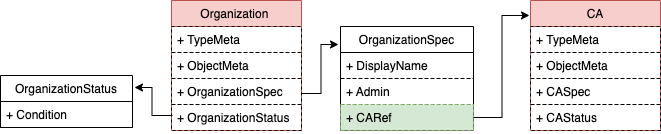
Above: dev_design/images/organization-crd.png in bestchains/product-design (draw.io), before the change. Source tidied: cells renumbered, new cells last; positions are measured from the earlier drawing's top-left corner, leaving out a move shared by most shapes. The source it was exported from:
```xml
<mxGraphModel>
  <root>
    <mxCell id="0" />
    <mxCell id="1" parent="0" />
    <mxCell id="2" value="OrganizationSpec" style="swimlane;fontStyle=0;horizontal=1;startSize=26;fillColor=none;rounded=0;shadow=0;comic=0;" parent="1" vertex="1">
      <mxGeometry x="340" y="26" width="133" height="104" as="geometry" />
    </mxCell>
    <mxCell id="3" value="+ DisplayName" style="text;strokeColor=#000000;fillColor=none;align=left;verticalAlign=top;spacingLeft=4;spacingRight=4;overflow=hidden;dashed=1;rounded=0;gradientColor=none;" parent="2" vertex="1">
      <mxGeometry y="26" width="133" height="26" as="geometry" />
    </mxCell>
    <mxCell id="4" value="+ Admin" style="text;strokeColor=#000000;fillColor=none;align=left;verticalAlign=top;spacingLeft=4;spacingRight=4;overflow=hidden;dashed=1;rounded=0;gradientColor=none;" parent="2" vertex="1">
      <mxGeometry y="52" width="133" height="26" as="geometry" />
    </mxCell>
    <mxCell id="5" value="+ CARef" style="text;strokeColor=#82b366;fillColor=#d5e8d4;align=left;verticalAlign=top;spacingLeft=4;spacingRight=4;overflow=hidden;dashed=1;rounded=0;" parent="2" vertex="1">
      <mxGeometry y="78" width="133" height="26" as="geometry" />
    </mxCell>
    <mxCell id="6" value="Organization " style="swimlane;fontStyle=0;horizontal=1;startSize=26;fillColor=#f8cecc;rounded=0;shadow=0;comic=0;swimlaneLine=1;glass=0;swimlaneFillColor=none;strokeColor=#b85450;" parent="1" vertex="1">
      <mxGeometry x="171" width="130" height="130" as="geometry" />
    </mxCell>
    <mxCell id="7" value="+ TypeMeta" style="text;strokeColor=#000000;fillColor=none;align=left;verticalAlign=top;spacingLeft=4;spacingRight=4;overflow=hidden;dashed=1;rounded=0;glass=0;" parent="6" vertex="1">
      <mxGeometry y="26" width="130" height="26" as="geometry" />
    </mxCell>
    <mxCell id="8" value="+ ObjectMeta" style="text;strokeColor=#000000;fillColor=none;align=left;verticalAlign=top;spacingLeft=4;spacingRight=4;overflow=hidden;dashed=1;rounded=0;glass=0;" parent="6" vertex="1">
      <mxGeometry y="52" width="130" height="26" as="geometry" />
    </mxCell>
    <mxCell id="9" value="+ OrganizationSpec" style="text;strokeColor=#000000;fillColor=none;align=left;verticalAlign=top;spacingLeft=4;spacingRight=4;overflow=hidden;points=[[0,0.5],[1,0.5]];portConstraint=eastwest;rounded=0;dashed=1;glass=0;" parent="6" vertex="1">
      <mxGeometry y="78" width="130" height="26" as="geometry" />
    </mxCell>
    <mxCell id="10" value="+ OrganizationStatus" style="text;strokeColor=#000000;fillColor=none;align=left;verticalAlign=top;spacingLeft=4;spacingRight=4;overflow=hidden;points=[[0,0.5],[1,0.5]];portConstraint=eastwest;rounded=0;dashed=1;glass=0;" parent="6" vertex="1">
      <mxGeometry y="104" width="130" height="26" as="geometry" />
    </mxCell>
    <mxCell id="11" value="OrganizationStatus" style="swimlane;fontStyle=0;horizontal=1;startSize=26;fillColor=none;rounded=0;shadow=0;comic=0;swimlaneLine=1;glass=0;swimlaneFillColor=none;" parent="1" vertex="1">
      <mxGeometry y="75" width="132" height="52" as="geometry" />
    </mxCell>
    <mxCell id="12" value="+ Condition" style="text;strokeColor=#000000;fillColor=none;align=left;verticalAlign=top;spacingLeft=4;spacingRight=4;overflow=hidden;dashed=1;rounded=0;glass=0;" parent="11" vertex="1">
      <mxGeometry y="26" width="132" height="26" as="geometry" />
    </mxCell>
    <mxCell id="13" value="CA" style="swimlane;fontStyle=0;horizontal=1;startSize=26;fillColor=#f8cecc;rounded=0;shadow=0;comic=0;swimlaneLine=1;glass=0;swimlaneFillColor=none;strokeColor=#b85450;" parent="1" vertex="1">
      <mxGeometry x="530" width="130" height="130" as="geometry" />
    </mxCell>
    <mxCell id="14" value="+ TypeMeta" style="text;strokeColor=#000000;fillColor=none;align=left;verticalAlign=top;spacingLeft=4;spacingRight=4;overflow=hidden;dashed=1;rounded=0;glass=0;" parent="13" vertex="1">
      <mxGeometry y="26" width="130" height="26" as="geometry" />
    </mxCell>
    <mxCell id="15" value="+ ObjectMeta" style="text;strokeColor=#000000;fillColor=none;align=left;verticalAlign=top;spacingLeft=4;spacingRight=4;overflow=hidden;dashed=1;rounded=0;glass=0;" parent="13" vertex="1">
      <mxGeometry y="52" width="130" height="26" as="geometry" />
    </mxCell>
    <mxCell id="16" value="+ CASpec" style="text;strokeColor=#000000;fillColor=none;align=left;verticalAlign=top;spacingLeft=4;spacingRight=4;overflow=hidden;rounded=0;dashed=1;glass=0;" parent="13" vertex="1">
      <mxGeometry y="78" width="130" height="26" as="geometry" />
    </mxCell>
    <mxCell id="17" value="+ CAStatus" style="text;strokeColor=#000000;fillColor=none;align=left;verticalAlign=top;spacingLeft=4;spacingRight=4;overflow=hidden;rounded=0;dashed=1;glass=0;" parent="13" vertex="1">
      <mxGeometry y="104" width="130" height="26" as="geometry" />
    </mxCell>
    <mxCell id="18" style="endArrow=classic;html=1;rounded=0;exitX=0.008;exitY=0.423;exitDx=0;exitDy=0;exitPerimeter=0;entryX=1.015;entryY=0.231;entryDx=0;entryDy=0;entryPerimeter=0;edgeStyle=orthogonalEdgeStyle;" parent="1" edge="1" source="10" target="11">
      <mxGeometry relative="1" as="geometry" />
    </mxCell>
    <mxCell id="19" style="endArrow=classic;html=1;rounded=0;entryX=-0.015;entryY=0.173;entryDx=0;entryDy=0;entryPerimeter=0;edgeStyle=orthogonalEdgeStyle;exitX=1;exitY=0.577;exitDx=0;exitDy=0;exitPerimeter=0;" parent="1" edge="1" source="9" target="2">
      <mxGeometry relative="1" as="geometry" />
    </mxCell>
    <mxCell id="20" style="endArrow=classic;html=1;rounded=0;entryX=-0.008;entryY=0.115;entryDx=0;entryDy=0;entryPerimeter=0;edgeStyle=orthogonalEdgeStyle;exitX=1;exitY=0.577;exitDx=0;exitDy=0;exitPerimeter=0;" parent="1" edge="1" target="13">
      <mxGeometry relative="1" as="geometry">
        <mxPoint x="473" y="117" as="sourcePoint" />
      </mxGeometry>
    </mxCell>
  </root>
</mxGraphModel>
```
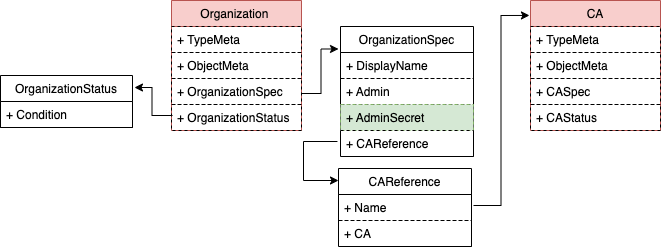
The same diagram one commit later.

Commit message:
fix: add CAReference and AdminSecret to crd Organization

Change to the diagram source:
```diff
@@ -3,7 +3,7 @@
     <mxCell id="0" />
     <mxCell id="1" parent="0" />
     <mxCell id="2" value="OrganizationSpec" style="swimlane;fontStyle=0;horizontal=1;startSize=26;fillColor=none;rounded=0;shadow=0;comic=0;" parent="1" vertex="1">
-      <mxGeometry x="340" y="26" width="133" height="104" as="geometry" />
+      <mxGeometry x="340" y="26" width="133" height="130" as="geometry" />
     </mxCell>
     <mxCell id="3" value="+ DisplayName" style="text;strokeColor=#000000;fillColor=none;align=left;verticalAlign=top;spacingLeft=4;spacingRight=4;overflow=hidden;dashed=1;rounded=0;gradientColor=none;" parent="2" vertex="1">
       <mxGeometry y="26" width="133" height="26" as="geometry" />
@@ -11,9 +11,12 @@
     <mxCell id="4" value="+ Admin" style="text;strokeColor=#000000;fillColor=none;align=left;verticalAlign=top;spacingLeft=4;spacingRight=4;overflow=hidden;dashed=1;rounded=0;gradientColor=none;" parent="2" vertex="1">
       <mxGeometry y="52" width="133" height="26" as="geometry" />
     </mxCell>
-    <mxCell id="5" value="+ CARef" style="text;strokeColor=#82b366;fillColor=#d5e8d4;align=left;verticalAlign=top;spacingLeft=4;spacingRight=4;overflow=hidden;dashed=1;rounded=0;" parent="2" vertex="1">
+    <mxCell id="5" value="+ AdminSecret" style="text;strokeColor=#82b366;fillColor=#d5e8d4;align=left;verticalAlign=top;spacingLeft=4;spacingRight=4;overflow=hidden;dashed=1;rounded=0;" parent="2" vertex="1">
       <mxGeometry y="78" width="133" height="26" as="geometry" />
     </mxCell>
+    <mxCell id="21" value="+ CAReference&#10;  " style="text;strokeColor=#000000;fillColor=none;align=left;verticalAlign=top;spacingLeft=4;spacingRight=4;overflow=hidden;points=[[0,0.5],[1,0.5]];portConstraint=eastwest;dashed=1;rounded=0;gradientColor=none;" parent="2" vertex="1">
+      <mxGeometry y="104" width="133" height="26" as="geometry" />
+    </mxCell>
     <mxCell id="6" value="Organization " style="swimlane;fontStyle=0;horizontal=1;startSize=26;fillColor=#f8cecc;rounded=0;shadow=0;comic=0;swimlaneLine=1;glass=0;swimlaneFillColor=none;strokeColor=#b85450;" parent="1" vertex="1">
       <mxGeometry x="171" width="130" height="130" as="geometry" />
     </mxCell>
@@ -56,10 +59,25 @@
     <mxCell id="19" style="endArrow=classic;html=1;rounded=0;entryX=-0.015;entryY=0.173;entryDx=0;entryDy=0;entryPerimeter=0;edgeStyle=orthogonalEdgeStyle;exitX=1;exitY=0.577;exitDx=0;exitDy=0;exitPerimeter=0;" parent="1" edge="1" source="9" target="2">
       <mxGeometry relative="1" as="geometry" />
     </mxCell>
-    <mxCell id="20" style="endArrow=classic;html=1;rounded=0;entryX=-0.008;entryY=0.115;entryDx=0;entryDy=0;entryPerimeter=0;edgeStyle=orthogonalEdgeStyle;exitX=1;exitY=0.577;exitDx=0;exitDy=0;exitPerimeter=0;" parent="1" edge="1" target="13">
-      <mxGeometry relative="1" as="geometry">
-        <mxPoint x="473" y="117" as="sourcePoint" />
-      </mxGeometry>
+    <mxCell id="20" style="endArrow=classic;html=1;rounded=0;entryX=-0.008;entryY=0.115;entryDx=0;entryDy=0;entryPerimeter=0;edgeStyle=orthogonalEdgeStyle;exitX=1.015;exitY=0.423;exitDx=0;exitDy=0;exitPerimeter=0;" parent="1" edge="1" source="23" target="13">
+      <mxGeometry relative="1" as="geometry" />
     </mxCell>
+    <mxCell id="22" value="CAReference" style="swimlane;fontStyle=0;horizontal=1;startSize=26;fillColor=none;rounded=0;shadow=0;comic=0;" parent="1" vertex="1">
+      <mxGeometry x="338" y="168" width="133" height="78" as="geometry" />
+    </mxCell>
+    <mxCell id="23" value="+ Name" style="text;strokeColor=#000000;fillColor=none;align=left;verticalAlign=top;spacingLeft=4;spacingRight=4;overflow=hidden;points=[[0,0.5],[1,0.5]];portConstraint=eastwest;dashed=1;rounded=0;gradientColor=none;" parent="22" vertex="1">
+      <mxGeometry y="26" width="133" height="26" as="geometry" />
+    </mxCell>
+    <mxCell id="24" value="+ CA" style="text;strokeColor=#000000;fillColor=none;align=left;verticalAlign=top;spacingLeft=4;spacingRight=4;overflow=hidden;dashed=1;rounded=0;gradientColor=none;" parent="22" vertex="1">
+      <mxGeometry y="52" width="133" height="26" as="geometry" />
+    </mxCell>
+    <mxCell id="25" style="endArrow=classic;html=1;rounded=0;exitX=-0.023;exitY=0.423;exitDx=0;exitDy=0;exitPerimeter=0;edgeStyle=orthogonalEdgeStyle;" parent="1" edge="1" source="21" target="22">
+      <mxGeometry relative="1" as="geometry">
+        <Array as="points">
+          <mxPoint x="303" y="141" />
+          <mxPoint x="303" y="180" />
+        </Array>
+      </mxGeometry>
+    </mxCell>
   </root>
 </mxGraphModel>
```
